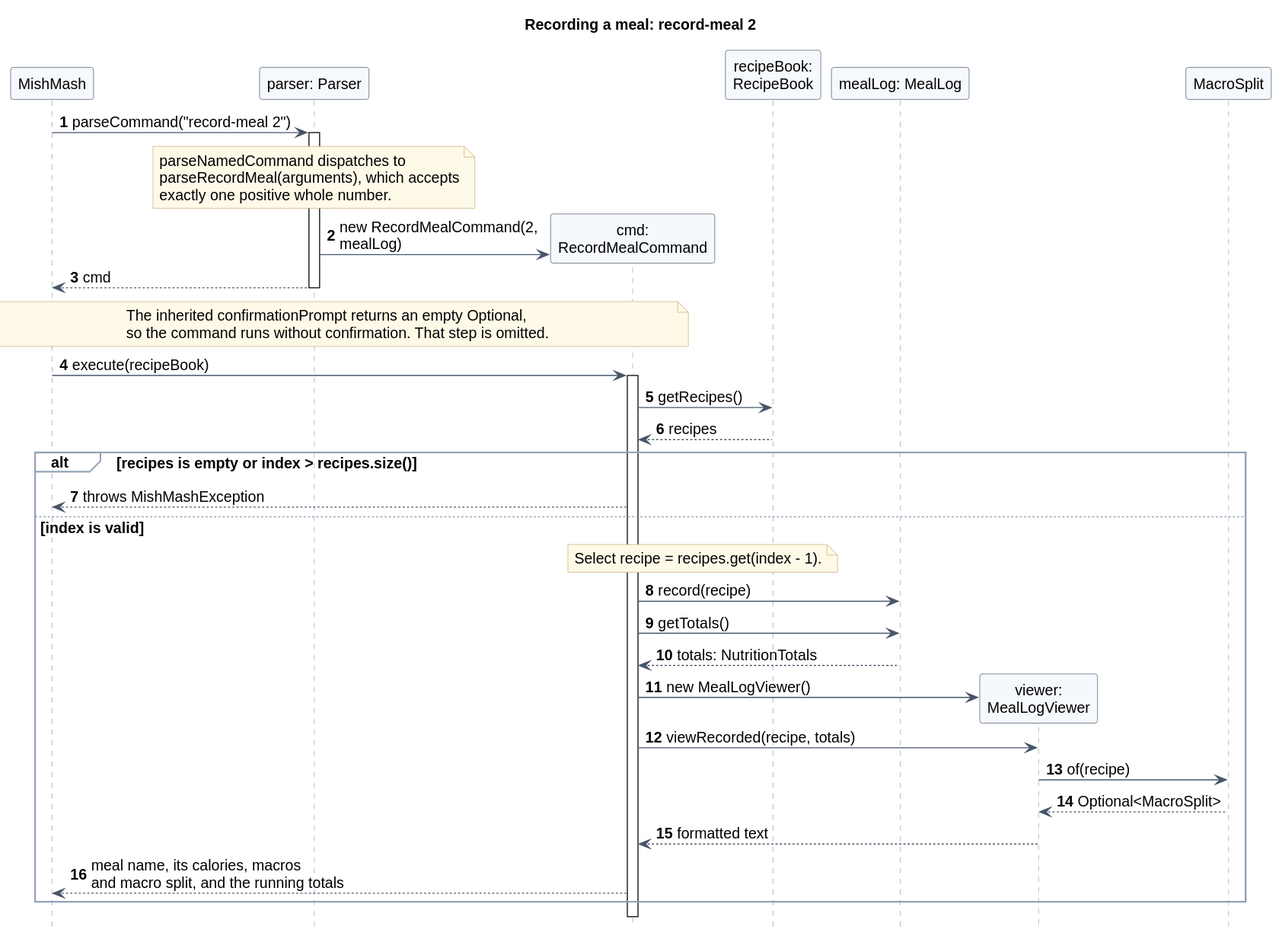
Above: docs/images/record-meal/record-meal.svg in AY2627S1-CS2113-W13-4/tp (PlantUML), before the change.
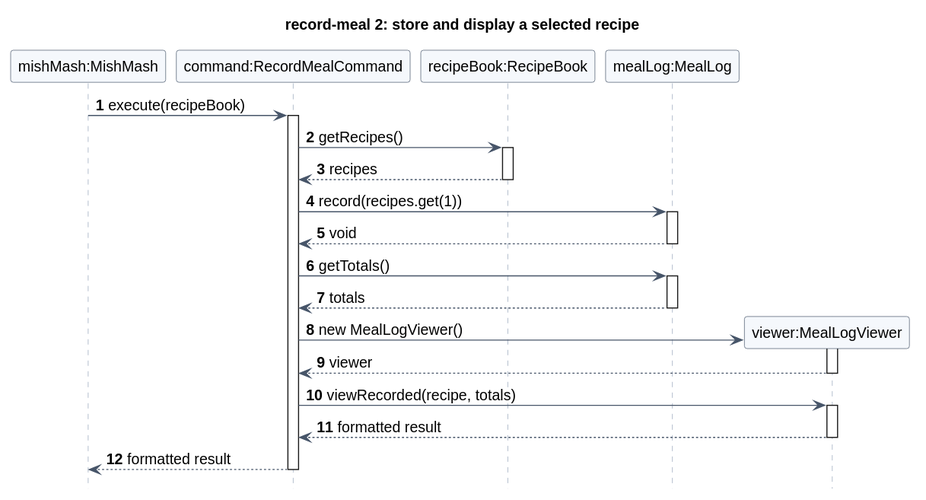
After the commit.

Diff of the diagram source:
```diff
@@ -1,51 +1,37 @@
 @startuml
 !include style.iuml
-title Recording a meal: record-meal 2
+title record-meal 2: store and display a selected recipe
 autonumber
 
-participant "MishMash" as App
-participant "parser: Parser" as Parser
-participant "cmd:\nRecordMealCommand" as Cmd
-participant "recipeBook:\nRecipeBook" as Book
-participant "mealLog: MealLog" as Log
-participant "viewer:\nMealLogViewer" as Viewer
-participant "MacroSplit" as Split
+participant "mishMash:MishMash" as App
+participant "command:RecordMealCommand" as Command
+participant "recipeBook:RecipeBook" as Book
+participant "mealLog:MealLog" as Log
+participant "viewer:MealLogViewer" as Viewer
 
-App -> Parser : parseCommand("record-meal 2")
-activate Parser
-note over Parser
-  parseNamedCommand dispatches to
-  parseRecordMeal(arguments), which accepts
-  exactly one positive whole number.
-end note
-create Cmd
-Parser -> Cmd : new RecordMealCommand(2, mealLog)
-Parser --> App : cmd
-deactivate Parser
-
-note over App, Cmd
-  The inherited confirmationPrompt returns an empty Optional,
-  so the command runs without confirmation. That step is omitted.
-end note
-
-App -> Cmd : execute(recipeBook)
-activate Cmd
-Cmd -> Book : getRecipes()
-Book --> Cmd : recipes
-alt recipes is empty or index > recipes.size()
-  Cmd --> App : throws MishMashException
-else index is valid
-  note over Cmd, Book : Select recipe = recipes.get(index - 1).
-  Cmd -> Log : record(recipe)
-  Cmd -> Log : getTotals()
-  Log --> Cmd : totals: NutritionTotals
-  create Viewer
-  Cmd -> Viewer : new MealLogViewer()
-  Cmd -> Viewer : viewRecorded(recipe, totals)
-  Viewer -> Split : of(recipe)
-  Split --> Viewer : Optional<MacroSplit>
-  Viewer --> Cmd : formatted text
-  Cmd --> App : meal name, its calories, macros\nand macro split, and the running totals
-end
-deactivate Cmd
+App -> Command : execute(recipeBook)
+activate Command
+Command -> Book : getRecipes()
+activate Book
+Book --> Command : recipes
+deactivate Book
+Command -> Log : record(recipes.get(1))
+activate Log
+Log --> Command : void
+deactivate Log
+Command -> Log : getTotals()
+activate Log
+Log --> Command : totals
+deactivate Log
+create Viewer
+Command -> Viewer : new MealLogViewer()
+activate Viewer
+Viewer --> Command : viewer
+deactivate Viewer
+Command -> Viewer : viewRecorded(recipe, totals)
+activate Viewer
+Viewer --> Command : formatted result
+deactivate Viewer
+Command --> App : formatted result
+deactivate Command
 @enduml
```
